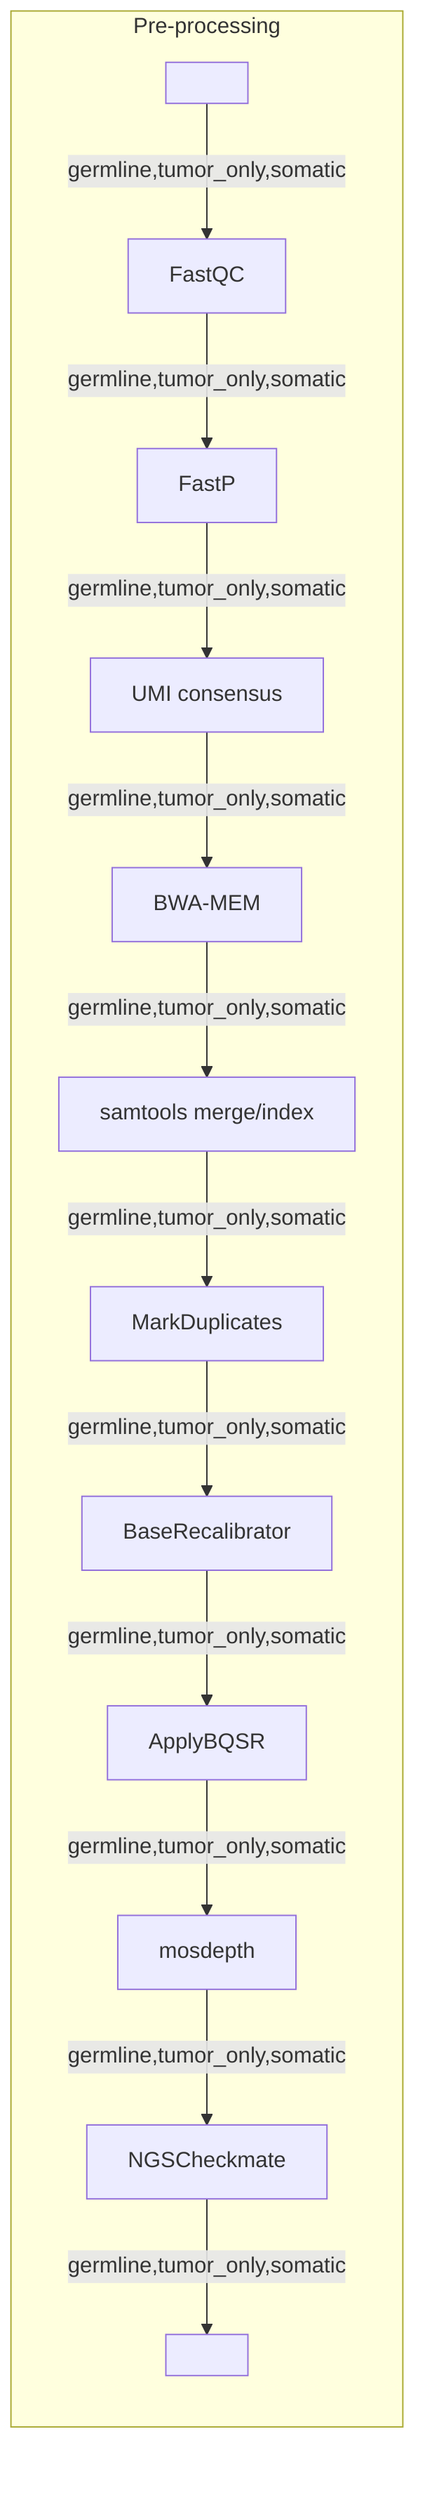
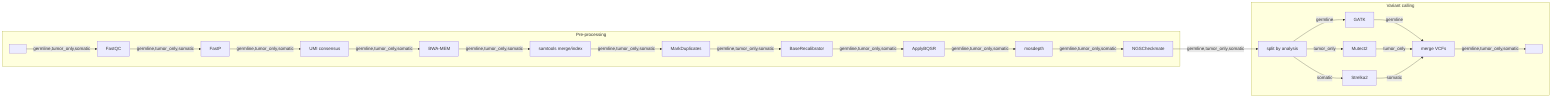
%%metro title: Diagonal Labels (dense trunk)
%%metro style: dark
%%metro label_angle: 45
%%metro line: germline | Germline | #0570b0
%%metro line: tumor_only | Tumor only | #d62728
%%metro line: somatic | Tumor-normal pair | #756bb1
%%metro file: fastq_in | FASTQ
- %%metro file: cram_out | CRAM
+ %%metro file: vcf_out | VCF
+ %%metro grid: preprocessing | 0,0
+ %%metro grid: variant_calling | 0,1

graph LR
    subgraph preprocessing [Pre-processing]
        fastq_in[ ]
        fastqc[FastQC]
        fastp[FastP]
        umi[UMI consensus]
        bwa[BWA-MEM]
        merge_index[samtools merge/index]
        markdup[MarkDuplicates]
        bqsr[BaseRecalibrator]
        applybqsr[ApplyBQSR]
        mosdepth[mosdepth]
        ngscheckmate[NGSCheckmate]
-         cram_out[ ]

        fastq_in -->|germline,tumor_only,somatic| fastqc
        fastqc -->|germline,tumor_only,somatic| fastp
        fastp -->|germline,tumor_only,somatic| umi
        umi -->|germline,tumor_only,somatic| bwa
        bwa -->|germline,tumor_only,somatic| merge_index
        merge_index -->|germline,tumor_only,somatic| markdup
        markdup -->|germline,tumor_only,somatic| bqsr
        bqsr -->|germline,tumor_only,somatic| applybqsr
        applybqsr -->|germline,tumor_only,somatic| mosdepth
        mosdepth -->|germline,tumor_only,somatic| ngscheckmate
-         ngscheckmate -->|germline,tumor_only,somatic| cram_out
    end
+ 
+     subgraph variant_calling [Variant calling]
+         %%metro entry: left | germline, tumor_only, somatic
+         split[split by analysis]
+         deepvariant[GATK]
+         mutect[Mutect2]
+         strelka[Strelka2]
+         merge_vcf[merge VCFs]
+         vcf_out[ ]
+ 
+         split -->|germline| deepvariant
+         split -->|tumor_only| mutect
+         split -->|somatic| strelka
+         deepvariant -->|germline| merge_vcf
+         mutect -->|tumor_only| merge_vcf
+         strelka -->|somatic| merge_vcf
+         merge_vcf -->|germline,tumor_only,somatic| vcf_out
+     end
+ 
+     %% The dense angled-label trunk feeds the variant-calling section in the
+     %% row below, which fans out to three callers (one per line) and fans
+     %% back in at merge VCFs -- exercising the vertical room the hanging
+     %% angled labels need above the row below.
+     ngscheckmate -->|germline,tumor_only,somatic| split
